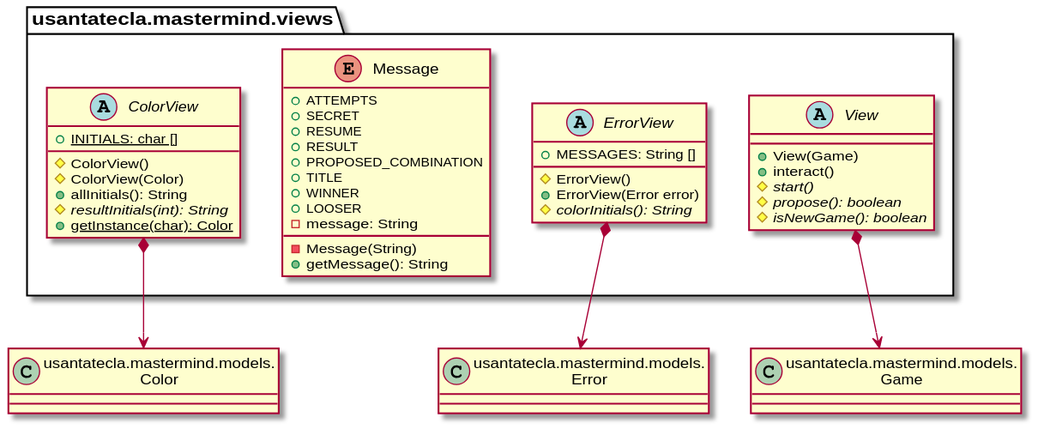
This is documentView/withoutFactoryMethod/docs/diagrams/out/paquetes/usantatecla.mastermind.views.svg from SantaTecla-mastermind/solution.java.swing.socket.sql, a PlantUML export, as it was before one commit.
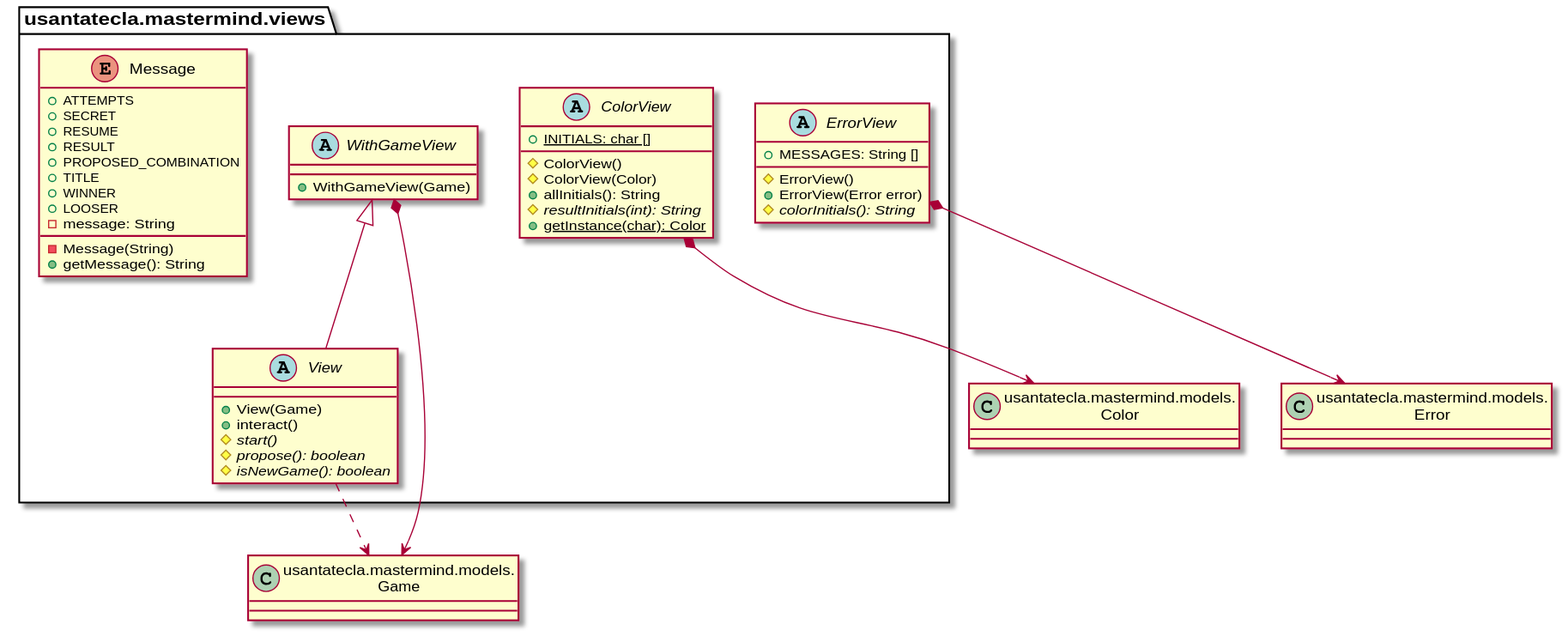
Later version of the same file.

Diff of the diagram source:
```diff
@@ -2,6 +2,11 @@
 class Error as "usantatecla.mastermind.models.\nError"{}
 class Color as "usantatecla.mastermind.models.\nColor"{}
 class Game as "usantatecla.mastermind.models.\nGame"{}
+
+abstract class usantatecla.mastermind.views.WithGameView {
+    + WithGameView(Game)
+}
+usantatecla.mastermind.views.WithGameView *-down-> Game
 
 abstract class usantatecla.mastermind.views.ColorView{
     + {static} INITIALS: char []
@@ -42,5 +47,6 @@
     # {abstract} propose(): boolean
     # {abstract} isNewGame(): boolean
 }
-usantatecla.mastermind.views.View *-down-> Game
+usantatecla.mastermind.views.View -up-|> usantatecla.mastermind.views.WithGameView
+usantatecla.mastermind.views.View .down.> Game
 @enduml
```
